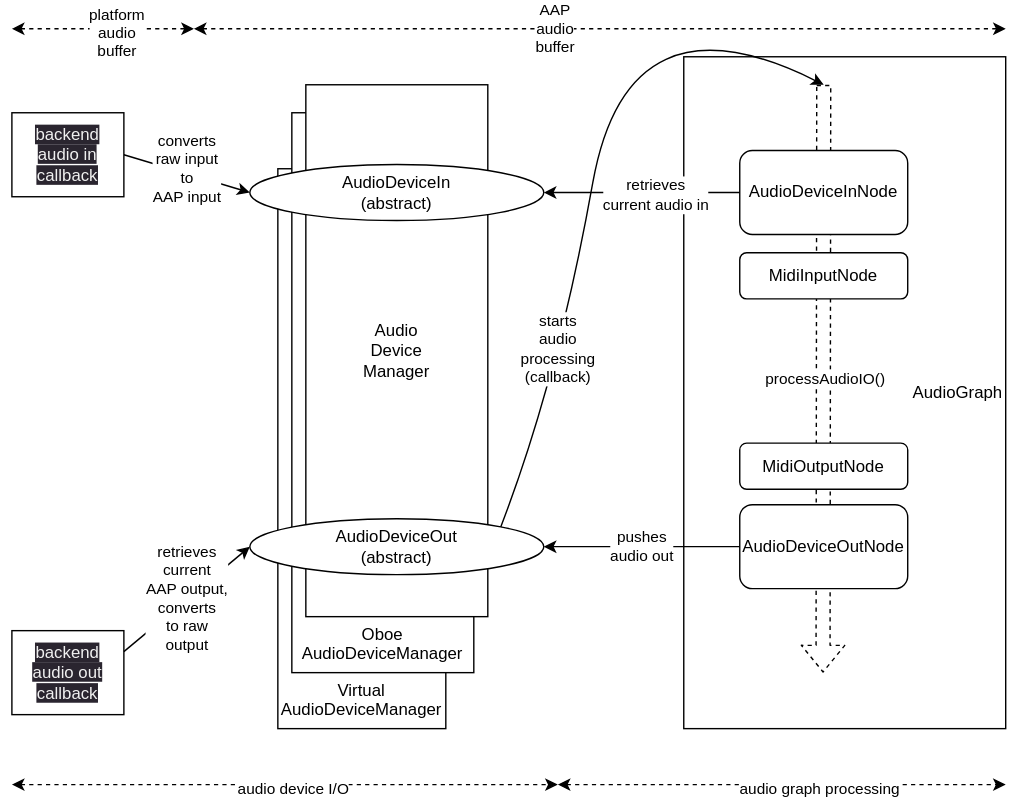
Above: docs/images/plugin-manager-node-graph.drawio.svg in atsushieno/aap-core (draw.io), before the change. Source tidied: cells renumbered, new cells last; positions are measured from the earlier drawing's top-left corner, leaving out a move shared by most shapes. Source of this version:
```xml
<mxGraphModel>
  <root>
    <mxCell id="0" />
    <mxCell id="1" parent="0" />
    <mxCell id="2" value="&lt;br&gt;&lt;br&gt;&lt;br&gt;&lt;br&gt;&lt;br&gt;&lt;br&gt;&lt;br&gt;&lt;br&gt;&lt;br&gt;&lt;br&gt;&lt;br&gt;&lt;br&gt;&lt;br&gt;&lt;br&gt;&lt;br&gt;&lt;br&gt;&lt;br&gt;&lt;br&gt;&lt;br&gt;&lt;br&gt;&lt;br&gt;&lt;br&gt;&lt;br&gt;&lt;br&gt;&lt;br&gt;Virtual&lt;br&gt;AudioDeviceManager" style="rounded=0;whiteSpace=wrap;html=1;" parent="1" vertex="1">
      <mxGeometry x="190" y="130" width="120" height="400" as="geometry" />
    </mxCell>
    <mxCell id="3" value="AudioGraph" style="rounded=0;whiteSpace=wrap;html=1;align=right;" parent="1" vertex="1">
      <mxGeometry x="480" y="50" width="230" height="480" as="geometry" />
    </mxCell>
    <mxCell id="4" style="shape=flexArrow;endArrow=classic;html=1;dashed=1;" parent="1" edge="1">
      <mxGeometry relative="1" as="geometry">
        <mxPoint x="580" y="70" as="sourcePoint" />
        <mxPoint x="579.5" y="490" as="targetPoint" />
      </mxGeometry>
    </mxCell>
    <mxCell id="5" value="processAudioIO()" style="edgeLabel;html=1;align=center;verticalAlign=middle;" parent="4" vertex="1">
      <mxGeometry x="-0.05" y="1" relative="1" as="geometry">
        <mxPoint y="10" as="offset" />
      </mxGeometry>
    </mxCell>
    <mxCell id="6" value="&lt;br&gt;&lt;br&gt;&lt;br&gt;&lt;br&gt;&lt;br&gt;&lt;br&gt;&lt;br&gt;&lt;br&gt;&lt;br&gt;&lt;br&gt;&lt;br&gt;&lt;br&gt;&lt;br&gt;&lt;br&gt;&lt;br&gt;&lt;br&gt;&lt;br&gt;&lt;br&gt;&lt;br&gt;&lt;br&gt;&lt;br&gt;&lt;br&gt;&lt;br&gt;&lt;br&gt;&lt;br&gt;Oboe&lt;br&gt;AudioDeviceManager" style="rounded=0;whiteSpace=wrap;html=1;" parent="1" vertex="1">
      <mxGeometry x="200" y="90" width="130" height="400" as="geometry" />
    </mxCell>
    <mxCell id="7" value="AudioDeviceInNode" style="rounded=1;whiteSpace=wrap;html=1;" parent="1" vertex="1">
      <mxGeometry x="520" y="117" width="120" height="60" as="geometry" />
    </mxCell>
    <mxCell id="8" value="Audio&lt;br&gt;Device&lt;br&gt;Manager" style="rounded=0;whiteSpace=wrap;html=1;" parent="1" vertex="1">
      <mxGeometry x="210" y="70" width="130" height="380" as="geometry" />
    </mxCell>
    <mxCell id="9" value="AudioDeviceIn&lt;br&gt;(abstract)" style="ellipse;whiteSpace=wrap;html=1;" parent="1" vertex="1">
      <mxGeometry x="170" y="127" width="210" height="40" as="geometry" />
    </mxCell>
    <mxCell id="10" value="AudioDeviceOut&lt;br&gt;(abstract)" style="ellipse;whiteSpace=wrap;html=1;" parent="1" vertex="1">
      <mxGeometry x="170" y="380" width="210" height="40" as="geometry" />
    </mxCell>
    <mxCell id="11" value="AudioDeviceOutNode" style="rounded=1;whiteSpace=wrap;html=1;" parent="1" vertex="1">
      <mxGeometry x="520" y="370" width="120" height="60" as="geometry" />
    </mxCell>
    <mxCell id="12" style="endArrow=classic;html=1;exitX=0;exitY=0.5;exitDx=0;exitDy=0;entryX=1;entryY=0.5;entryDx=0;entryDy=0;" parent="1" edge="1" source="7" target="9">
      <mxGeometry relative="1" as="geometry" />
    </mxCell>
    <mxCell id="13" value="retrieves&lt;br&gt;current audio in" style="edgeLabel;html=1;align=center;verticalAlign=middle;" parent="12" vertex="1">
      <mxGeometry x="0.21" y="1" relative="1" as="geometry">
        <mxPoint x="24" as="offset" />
      </mxGeometry>
    </mxCell>
    <mxCell id="14" style="endArrow=classic;html=1;exitX=1;exitY=0.5;exitDx=0;exitDy=0;entryX=0;entryY=0.5;entryDx=0;entryDy=0;" parent="1" edge="1" source="16" target="9">
      <mxGeometry relative="1" as="geometry" />
    </mxCell>
    <mxCell id="15" value="converts&lt;br&gt;raw input&lt;br&gt;to&lt;br&gt;AAP input" style="edgeLabel;html=1;align=center;verticalAlign=middle;" parent="14" vertex="1">
      <mxGeometry x="-0.32" y="2" relative="1" as="geometry">
        <mxPoint x="13" y="2" as="offset" />
      </mxGeometry>
    </mxCell>
    <mxCell id="16" value="&lt;meta charset=&quot;utf-8&quot;&gt;&lt;span style=&quot;color: rgb(240, 240, 240); font-family: Helvetica; font-size: 12px; font-style: normal; font-variant-ligatures: normal; font-variant-caps: normal; font-weight: 400; letter-spacing: normal; orphans: 2; text-align: center; text-indent: 0px; text-transform: none; widows: 2; word-spacing: 0px; -webkit-text-stroke-width: 0px; background-color: rgb(42, 37, 47); text-decoration-thickness: initial; text-decoration-style: initial; text-decoration-color: initial; float: none; display: inline !important;&quot;&gt;backend&lt;/span&gt;&lt;br style=&quot;border-color: rgb(0, 0, 0); color: rgb(240, 240, 240); font-family: Helvetica; font-size: 12px; font-style: normal; font-variant-ligatures: normal; font-variant-caps: normal; font-weight: 400; letter-spacing: normal; orphans: 2; text-align: center; text-indent: 0px; text-transform: none; widows: 2; word-spacing: 0px; -webkit-text-stroke-width: 0px; background-color: rgb(42, 37, 47); text-decoration-thickness: initial; text-decoration-style: initial; text-decoration-color: initial;&quot;&gt;&lt;span style=&quot;color: rgb(240, 240, 240); font-family: Helvetica; font-size: 12px; font-style: normal; font-variant-ligatures: normal; font-variant-caps: normal; font-weight: 400; letter-spacing: normal; orphans: 2; text-align: center; text-indent: 0px; text-transform: none; widows: 2; word-spacing: 0px; -webkit-text-stroke-width: 0px; background-color: rgb(42, 37, 47); text-decoration-thickness: initial; text-decoration-style: initial; text-decoration-color: initial; float: none; display: inline !important;&quot;&gt;audio in&lt;/span&gt;&lt;br style=&quot;border-color: rgb(0, 0, 0); color: rgb(240, 240, 240); font-family: Helvetica; font-size: 12px; font-style: normal; font-variant-ligatures: normal; font-variant-caps: normal; font-weight: 400; letter-spacing: normal; orphans: 2; text-align: center; text-indent: 0px; text-transform: none; widows: 2; word-spacing: 0px; -webkit-text-stroke-width: 0px; background-color: rgb(42, 37, 47); text-decoration-thickness: initial; text-decoration-style: initial; text-decoration-color: initial;&quot;&gt;&lt;span style=&quot;color: rgb(240, 240, 240); font-family: Helvetica; font-size: 12px; font-style: normal; font-variant-ligatures: normal; font-variant-caps: normal; font-weight: 400; letter-spacing: normal; orphans: 2; text-align: center; text-indent: 0px; text-transform: none; widows: 2; word-spacing: 0px; -webkit-text-stroke-width: 0px; background-color: rgb(42, 37, 47); text-decoration-thickness: initial; text-decoration-style: initial; text-decoration-color: initial; float: none; display: inline !important;&quot;&gt;callback&lt;/span&gt;" style="rounded=0;whiteSpace=wrap;html=1;" parent="1" vertex="1">
      <mxGeometry y="90" width="80" height="60" as="geometry" />
    </mxCell>
    <mxCell id="17" value="&lt;span style=&quot;color: rgb(240, 240, 240); font-family: Helvetica; font-size: 12px; font-style: normal; font-variant-ligatures: normal; font-variant-caps: normal; font-weight: 400; letter-spacing: normal; orphans: 2; text-align: center; text-indent: 0px; text-transform: none; widows: 2; word-spacing: 0px; -webkit-text-stroke-width: 0px; background-color: rgb(42, 37, 47); text-decoration-thickness: initial; text-decoration-style: initial; text-decoration-color: initial; float: none; display: inline !important;&quot;&gt;backend&lt;/span&gt;&lt;br style=&quot;border-color: rgb(0, 0, 0); color: rgb(240, 240, 240); font-family: Helvetica; font-size: 12px; font-style: normal; font-variant-ligatures: normal; font-variant-caps: normal; font-weight: 400; letter-spacing: normal; orphans: 2; text-align: center; text-indent: 0px; text-transform: none; widows: 2; word-spacing: 0px; -webkit-text-stroke-width: 0px; background-color: rgb(42, 37, 47); text-decoration-thickness: initial; text-decoration-style: initial; text-decoration-color: initial;&quot;&gt;&lt;span style=&quot;color: rgb(240, 240, 240); font-family: Helvetica; font-size: 12px; font-style: normal; font-variant-ligatures: normal; font-variant-caps: normal; font-weight: 400; letter-spacing: normal; orphans: 2; text-align: center; text-indent: 0px; text-transform: none; widows: 2; word-spacing: 0px; -webkit-text-stroke-width: 0px; background-color: rgb(42, 37, 47); text-decoration-thickness: initial; text-decoration-style: initial; text-decoration-color: initial; float: none; display: inline !important;&quot;&gt;audio out&lt;/span&gt;&lt;br style=&quot;border-color: rgb(0, 0, 0); color: rgb(240, 240, 240); font-family: Helvetica; font-size: 12px; font-style: normal; font-variant-ligatures: normal; font-variant-caps: normal; font-weight: 400; letter-spacing: normal; orphans: 2; text-align: center; text-indent: 0px; text-transform: none; widows: 2; word-spacing: 0px; -webkit-text-stroke-width: 0px; background-color: rgb(42, 37, 47); text-decoration-thickness: initial; text-decoration-style: initial; text-decoration-color: initial;&quot;&gt;&lt;span style=&quot;color: rgb(240, 240, 240); font-family: Helvetica; font-size: 12px; font-style: normal; font-variant-ligatures: normal; font-variant-caps: normal; font-weight: 400; letter-spacing: normal; orphans: 2; text-align: center; text-indent: 0px; text-transform: none; widows: 2; word-spacing: 0px; -webkit-text-stroke-width: 0px; background-color: rgb(42, 37, 47); text-decoration-thickness: initial; text-decoration-style: initial; text-decoration-color: initial; float: none; display: inline !important;&quot;&gt;callback&lt;/span&gt;" style="rounded=0;whiteSpace=wrap;html=1;" parent="1" vertex="1">
      <mxGeometry y="460" width="80" height="60" as="geometry" />
    </mxCell>
    <mxCell id="18" value="retrieves&lt;br&gt;current&lt;br&gt;AAP output,&lt;br&gt;converts&lt;br&gt;to raw&lt;br&gt;output" style="endArrow=classic;html=1;exitX=1;exitY=0.25;exitDx=0;exitDy=0;entryX=0;entryY=0.5;entryDx=0;entryDy=0;" parent="1" edge="1" source="17" target="10">
      <mxGeometry relative="1" as="geometry" />
    </mxCell>
    <mxCell id="19" value="pushes&lt;br&gt;audio out" style="endArrow=classic;html=1;exitX=0;exitY=0.5;exitDx=0;exitDy=0;entryX=1;entryY=0.5;entryDx=0;entryDy=0;" parent="1" edge="1" source="11" target="10">
      <mxGeometry relative="1" as="geometry" />
    </mxCell>
    <mxCell id="20" style="endArrow=classic;startArrow=classic;html=1;dashed=1;" parent="1" edge="1">
      <mxGeometry relative="1" as="geometry">
        <mxPoint y="30" as="sourcePoint" />
        <mxPoint x="130" y="30" as="targetPoint" />
      </mxGeometry>
    </mxCell>
    <mxCell id="21" value="platform&lt;br&gt;audio&lt;br&gt;buffer" style="edgeLabel;html=1;align=center;verticalAlign=middle;" parent="20" vertex="1">
      <mxGeometry x="0.13" y="-1" relative="1" as="geometry">
        <mxPoint y="1" as="offset" />
      </mxGeometry>
    </mxCell>
    <mxCell id="22" style="endArrow=classic;startArrow=classic;html=1;dashed=1;" parent="1" edge="1">
      <mxGeometry relative="1" as="geometry">
        <mxPoint x="130" y="30" as="sourcePoint" />
        <mxPoint x="710" y="30" as="targetPoint" />
      </mxGeometry>
    </mxCell>
    <mxCell id="23" value="AAP&lt;br&gt;audio&lt;br&gt;buffer" style="edgeLabel;html=1;align=center;verticalAlign=middle;" parent="22" vertex="1">
      <mxGeometry x="-0.11" y="1" relative="1" as="geometry" />
    </mxCell>
    <mxCell id="24" style="endArrow=classic;startArrow=classic;html=1;dashed=1;" parent="1" edge="1">
      <mxGeometry relative="1" as="geometry">
        <mxPoint y="570" as="sourcePoint" />
        <mxPoint x="390" y="570" as="targetPoint" />
      </mxGeometry>
    </mxCell>
    <mxCell id="25" value="audio device I/O" style="edgeLabel;html=1;align=center;verticalAlign=middle;" parent="24" vertex="1">
      <mxGeometry x="-0.61" y="-2" relative="1" as="geometry">
        <mxPoint x="123" as="offset" />
      </mxGeometry>
    </mxCell>
    <mxCell id="26" style="endArrow=classic;startArrow=classic;html=1;dashed=1;" parent="1" edge="1">
      <mxGeometry relative="1" as="geometry">
        <mxPoint x="390" y="570" as="sourcePoint" />
        <mxPoint x="710" y="570" as="targetPoint" />
      </mxGeometry>
    </mxCell>
    <mxCell id="27" value="audio graph processing" style="edgeLabel;html=1;align=center;verticalAlign=middle;" parent="26" vertex="1">
      <mxGeometry x="-0.61" y="-2" relative="1" as="geometry">
        <mxPoint x="123" as="offset" />
      </mxGeometry>
    </mxCell>
    <mxCell id="28" value="starts&lt;br&gt;audio&lt;br&gt;processing&lt;br&gt;(callback)" style="curved=1;endArrow=classic;html=1;exitX=1;exitY=0;exitDx=0;exitDy=0;" parent="1" edge="1" source="10">
      <mxGeometry x="-0.52" y="4" relative="1" as="geometry">
        <mxPoint x="580" y="70" as="targetPoint" />
        <Array as="points">
          <mxPoint x="390" y="280" />
          <mxPoint x="440" />
        </Array>
      </mxGeometry>
    </mxCell>
    <mxCell id="29" value="MidiInputNode" style="rounded=1;whiteSpace=wrap;html=1;" parent="1" vertex="1">
      <mxGeometry x="520" y="190" width="120" height="33" as="geometry" />
    </mxCell>
    <mxCell id="30" value="MidiOutputNode" style="rounded=1;whiteSpace=wrap;html=1;" parent="1" vertex="1">
      <mxGeometry x="520" y="326" width="120" height="33" as="geometry" />
    </mxCell>
  </root>
</mxGraphModel>
```
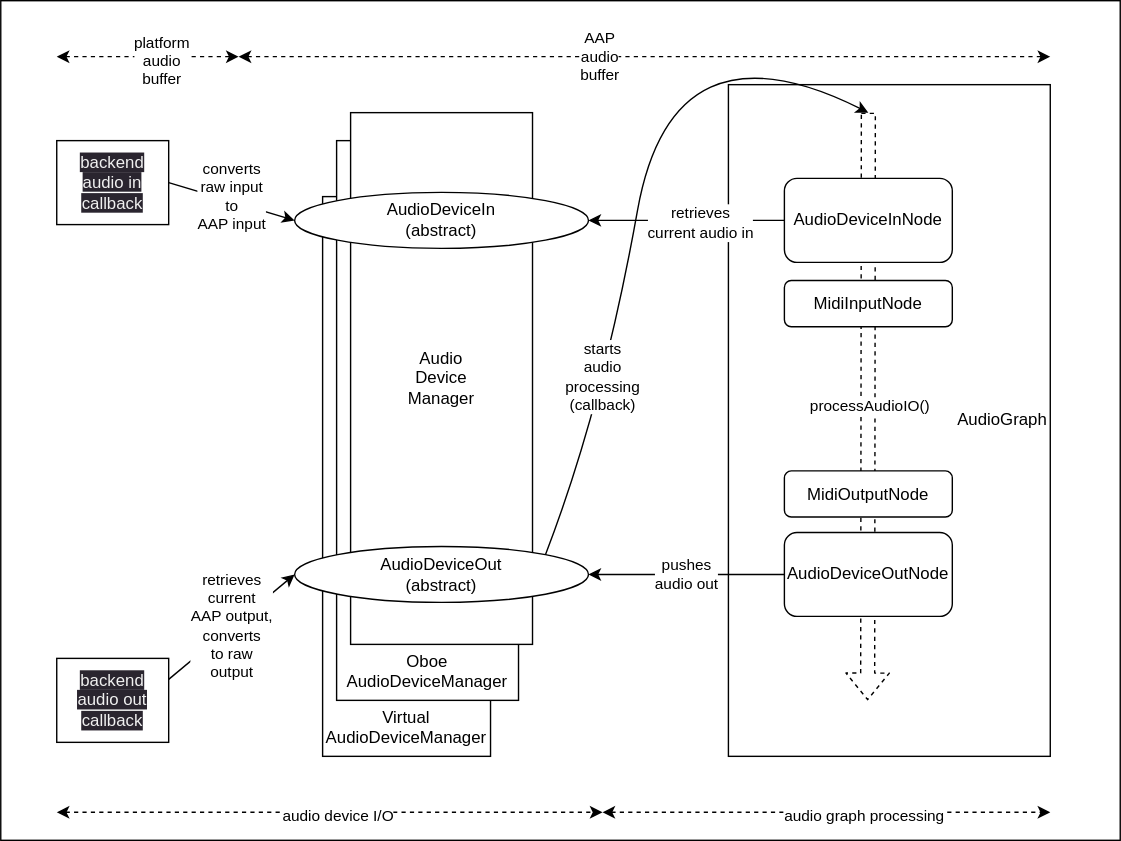
After the change.

Commit message:
add background rect so that it could be visible on some environment.

Change to the diagram source:
```diff
@@ -2,6 +2,9 @@
   <root>
     <mxCell id="0" />
     <mxCell id="1" parent="0" />
+    <mxCell id="31" style="rounded=0;whiteSpace=wrap;html=1;" parent="1" vertex="1">
+      <mxGeometry x="-40" y="-10" width="800" height="600" as="geometry" />
+    </mxCell>
     <mxCell id="2" value="&lt;br&gt;&lt;br&gt;&lt;br&gt;&lt;br&gt;&lt;br&gt;&lt;br&gt;&lt;br&gt;&lt;br&gt;&lt;br&gt;&lt;br&gt;&lt;br&gt;&lt;br&gt;&lt;br&gt;&lt;br&gt;&lt;br&gt;&lt;br&gt;&lt;br&gt;&lt;br&gt;&lt;br&gt;&lt;br&gt;&lt;br&gt;&lt;br&gt;&lt;br&gt;&lt;br&gt;&lt;br&gt;Virtual&lt;br&gt;AudioDeviceManager" style="rounded=0;whiteSpace=wrap;html=1;" parent="1" vertex="1">
       <mxGeometry x="190" y="130" width="120" height="400" as="geometry" />
     </mxCell>
```
